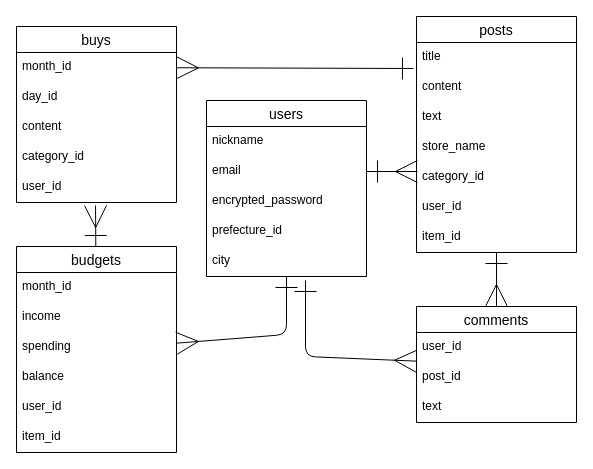
Before: kakeibo.dio in yrikiriki/kakeibo-524, a draw.io diagram. Source tidied: cells renumbered, new cells numbered last; positions are measured from the earlier drawing's top-left corner, leaving out a move shared by most shapes. Both pictures are drawn from the tidied source at 100%, with x=0, y=0 at pixel (16, 16).
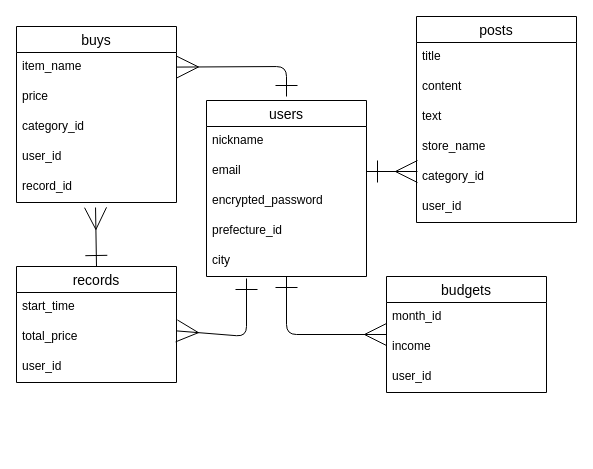
The same page after the edit.

The change refers to these unchanged cells:
```xml
<mxCell id="7" value="city" style="text;strokeColor=none;fillColor=none;spacingLeft=4;spacingRight=4;overflow=hidden;points=[[0,0.5],[1,0.5]];portConstraint=eastwest;fontSize=12;" parent="2" vertex="1">
  <mxGeometry y="146" width="160" height="30" as="geometry" />
</mxCell>
<mxCell id="9" value="title" style="text;strokeColor=none;fillColor=none;spacingLeft=4;spacingRight=4;overflow=hidden;points=[[0,0.5],[1,0.5]];portConstraint=eastwest;fontSize=12;" parent="8" vertex="1">
  <mxGeometry y="26" width="160" height="30" as="geometry" />
</mxCell>
<mxCell id="22" value="buys" style="swimlane;fontStyle=0;horizontal=1;startSize=26;align=center;fontSize=14;" parent="1" vertex="1">
  <mxGeometry y="10" width="160" height="176" as="geometry" />
</mxCell>
```

Change to the diagram source:
```diff
@@
     <mxCell id="8" value="posts" style="swimlane;fontStyle=0;horizontal=1;startSize=26;align=center;fontSize=14;" parent="1" vertex="1">
-      <mxGeometry x="400" width="160" height="236" as="geometry" />
+      <mxGeometry x="400" width="160" height="206" as="geometry" />
     </mxCell>
@@
-    <mxCell id="15" value="item_id" style="text;strokeColor=none;fillColor=none;spacingLeft=4;spacingRight=4;overflow=hidden;points=[[0,0.5],[1,0.5]];portConstraint=eastwest;fontSize=12;" parent="8" vertex="1">
-      <mxGeometry y="206" width="160" height="30" as="geometry" />
-    </mxCell>
-    <mxCell id="16" style="edgeStyle=none;html=1;startArrow=ERmany;startFill=0;endArrow=ERone;endFill=0;startSize=20;endSize=20;" parent="1" edge="1" source="18" target="15">
+    <mxCell id="16" style="edgeStyle=none;html=1;startArrow=ERmany;startFill=0;endArrow=ERone;endFill=0;startSize=20;endSize=20;entryX=0.5;entryY=0;entryDx=0;entryDy=0;exitX=0.494;exitY=1.167;exitDx=0;exitDy=0;exitPerimeter=0;" parent="1" edge="1" source="27" target="18">
       <mxGeometry relative="1" as="geometry" />
     </mxCell>
-    <mxCell id="17" style="edgeStyle=none;html=1;entryX=0.619;entryY=1.133;entryDx=0;entryDy=0;startArrow=ERmany;startFill=0;endArrow=ERone;endFill=0;startSize=20;endSize=20;entryPerimeter=0;" parent="1" edge="1" source="18" target="7">
+    <mxCell id="17" style="edgeStyle=none;html=1;entryX=0.25;entryY=1.067;entryDx=0;entryDy=0;startArrow=ERmany;startFill=0;endArrow=ERone;endFill=0;startSize=20;endSize=20;entryPerimeter=0;" parent="1" edge="1" source="18" target="7">
       <mxGeometry relative="1" as="geometry">
         <Array as="points">
-          <mxPoint x="289" y="340" />
+          <mxPoint x="230" y="320" />
         </Array>
       </mxGeometry>
     </mxCell>
-    <mxCell id="18" value="comments" style="swimlane;fontStyle=0;horizontal=1;startSize=26;align=center;fontSize=14;" parent="1" vertex="1">
-      <mxGeometry x="400" y="290" width="160" height="116" as="geometry" />
+    <mxCell id="18" value="records" style="swimlane;fontStyle=0;horizontal=1;startSize=26;align=center;fontSize=14;" parent="1" vertex="1">
+      <mxGeometry y="250" width="160" height="116" as="geometry" />
     </mxCell>
-    <mxCell id="19" value="user_id" style="text;strokeColor=none;fillColor=none;spacingLeft=4;spacingRight=4;overflow=hidden;fontSize=12;" parent="18" vertex="1">
+    <mxCell id="19" value="start_time" style="text;strokeColor=none;fillColor=none;spacingLeft=4;spacingRight=4;overflow=hidden;fontSize=12;" parent="18" vertex="1">
       <mxGeometry y="26" width="160" height="30" as="geometry" />
     </mxCell>
-    <mxCell id="20" value="post_id" style="text;strokeColor=none;fillColor=none;spacingLeft=4;spacingRight=4;overflow=hidden;fontSize=12;" parent="18" vertex="1">
+    <mxCell id="20" value="total_price" style="text;strokeColor=none;fillColor=none;spacingLeft=4;spacingRight=4;overflow=hidden;fontSize=12;" parent="18" vertex="1">
       <mxGeometry y="56" width="160" height="30" as="geometry" />
     </mxCell>
-    <mxCell id="21" value="text" style="text;strokeColor=none;fillColor=none;spacingLeft=4;spacingRight=4;overflow=hidden;fontSize=12;" parent="18" vertex="1">
+    <mxCell id="21" value="user_id" style="text;strokeColor=none;fillColor=none;spacingLeft=4;spacingRight=4;overflow=hidden;fontSize=12;" parent="18" vertex="1">
       <mxGeometry y="86" width="160" height="30" as="geometry" />
     </mxCell>
@@
-    <mxCell id="23" value="month_id" style="text;strokeColor=none;fillColor=none;spacingLeft=4;spacingRight=4;overflow=hidden;points=[[0,0.5],[1,0.5]];portConstraint=eastwest;fontSize=12;" parent="22" vertex="1">
+    <mxCell id="23" value="item_name" style="text;strokeColor=none;fillColor=none;spacingLeft=4;spacingRight=4;overflow=hidden;points=[[0,0.5],[1,0.5]];portConstraint=eastwest;fontSize=12;" parent="22" vertex="1">
       <mxGeometry y="26" width="160" height="30" as="geometry" />
     </mxCell>
-    <mxCell id="24" value="day_id" style="text;strokeColor=none;fillColor=none;spacingLeft=4;spacingRight=4;overflow=hidden;fontSize=12;" parent="22" vertex="1">
+    <mxCell id="24" value="price" style="text;strokeColor=none;fillColor=none;spacingLeft=4;spacingRight=4;overflow=hidden;fontSize=12;" parent="22" vertex="1">
       <mxGeometry y="56" width="160" height="30" as="geometry" />
     </mxCell>
-    <mxCell id="25" value="content" style="text;strokeColor=none;fillColor=none;spacingLeft=4;spacingRight=4;overflow=hidden;fontSize=12;" parent="22" vertex="1">
-      <mxGeometry y="86" width="160" height="30" as="geometry" />
-    </mxCell>
     <mxCell id="26" value="category_id" style="text;strokeColor=none;fillColor=none;spacingLeft=4;spacingRight=4;overflow=hidden;fontSize=12;" parent="22" vertex="1">
-      <mxGeometry y="116" width="160" height="30" as="geometry" />
+      <mxGeometry y="86" width="160" height="30" as="geometry" />
     </mxCell>
+    <mxCell id="39" value="user_id" style="text;strokeColor=none;fillColor=none;spacingLeft=4;spacingRight=4;overflow=hidden;fontSize=12;" parent="22" vertex="1">
+      <mxGeometry y="116" width="160" height="30" as="geometry" />
+    </mxCell>
-    <mxCell id="27" value="user_id" style="text;strokeColor=none;fillColor=none;spacingLeft=4;spacingRight=4;overflow=hidden;points=[[0,0.5],[1,0.5]];portConstraint=eastwest;fontSize=12;" parent="22" vertex="1">
+    <mxCell id="27" value="record_id" style="text;strokeColor=none;fillColor=none;spacingLeft=4;spacingRight=4;overflow=hidden;points=[[0,0.5],[1,0.5]];portConstraint=eastwest;fontSize=12;" parent="22" vertex="1">
       <mxGeometry y="146" width="160" height="30" as="geometry" />
     </mxCell>
@@
-    <mxCell id="29" style="edgeStyle=none;html=1;entryX=0.494;entryY=1.1;entryDx=0;entryDy=0;entryPerimeter=0;endArrow=ERmany;endFill=0;startArrow=ERone;startFill=0;endSize=20;startSize=20;" parent="1" edge="1" source="30" target="27">
-      <mxGeometry relative="1" as="geometry" />
-    </mxCell>
     <mxCell id="30" value="budgets" style="swimlane;fontStyle=0;horizontal=1;startSize=26;align=center;fontSize=14;" parent="1" vertex="1">
-      <mxGeometry y="230" width="160" height="206" as="geometry" />
+      <mxGeometry x="370" y="260" width="160" height="116" as="geometry" />
     </mxCell>
@@
-    <mxCell id="32" value="income" style="text;strokeColor=none;fillColor=none;spacingLeft=4;spacingRight=4;overflow=hidden;fontSize=12;" parent="30" vertex="1">
-      <mxGeometry y="56" width="160" height="30" as="geometry" />
-    </mxCell>
-    <mxCell id="33" value="spending" style="text;strokeColor=none;fillColor=none;spacingLeft=4;spacingRight=4;overflow=hidden;fontSize=12;" parent="30" vertex="1">
-      <mxGeometry y="86" width="160" height="30" as="geometry" />
+    <mxCell id="33" value="income" style="text;strokeColor=none;fillColor=none;spacingLeft=4;spacingRight=4;overflow=hidden;fontSize=12;" parent="30" vertex="1">
+      <mxGeometry y="56" width="160" height="30" as="geometry" />
     </mxCell>
-    <mxCell id="34" value="balance" style="text;strokeColor=none;fillColor=none;spacingLeft=4;spacingRight=4;overflow=hidden;fontSize=12;" parent="30" vertex="1">
-      <mxGeometry y="116" width="160" height="30" as="geometry" />
-    </mxCell>
     <mxCell id="35" value="user_id" style="text;strokeColor=none;fillColor=none;spacingLeft=4;spacingRight=4;overflow=hidden;fontSize=12;" parent="30" vertex="1">
-      <mxGeometry y="146" width="160" height="30" as="geometry" />
+      <mxGeometry y="86" width="160" height="30" as="geometry" />
     </mxCell>
-    <mxCell id="36" value="item_id" style="text;strokeColor=none;fillColor=none;spacingLeft=4;spacingRight=4;overflow=hidden;fontSize=12;" parent="30" vertex="1">
-      <mxGeometry y="176" width="160" height="30" as="geometry" />
-    </mxCell>
@@
-    <mxCell id="38" style="edgeStyle=none;html=1;entryX=-0.019;entryY=0.867;entryDx=0;entryDy=0;entryPerimeter=0;startArrow=ERmany;startFill=0;endArrow=ERone;endFill=0;startSize=20;endSize=20;" parent="1" edge="1" source="23" target="9">
-      <mxGeometry relative="1" as="geometry" />
+    <mxCell id="38" style="edgeStyle=none;html=1;startArrow=ERmany;startFill=0;endArrow=ERone;endFill=0;startSize=20;endSize=20;" parent="1" edge="1" source="23">
+      <mxGeometry relative="1" as="geometry">
+        <mxPoint x="270" y="80" as="targetPoint" />
+        <Array as="points">
+          <mxPoint x="270" y="50" />
+        </Array>
+      </mxGeometry>
     </mxCell>
```
